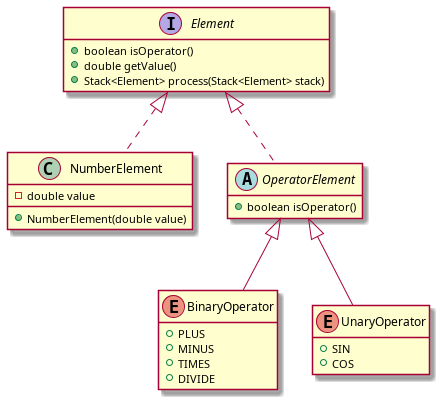
Before: element_hierarchy.png, a diagram exported from PlantUML (sacsar/csc-22100-assignment3). Source of this version:
```plantuml
@startuml

interface Element {
  + boolean isOperator()
  + double getValue()
  + Stack<Element> process(Stack<Element> stack)
}

class NumberElement implements Element {
  - double value
  + NumberElement(double value)
}

abstract class OperatorElement implements Element {
  + boolean isOperator()
}

enum BinaryOperator extends OperatorElement {
  + PLUS
  + MINUS
  + TIMES
  + DIVIDE
}
enum UnaryOperator extends OperatorElement {
  + SIN
  + COS
}

hide empty members

@enduml
```
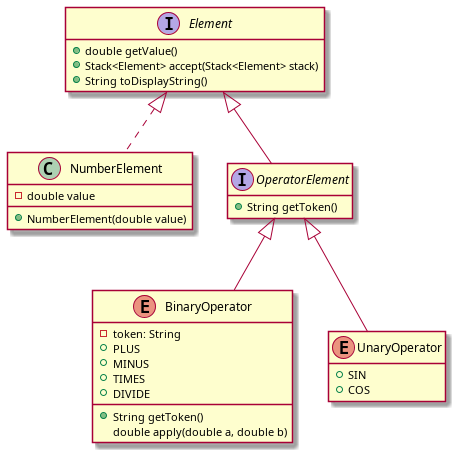
After the change.

The edit, as a diff of the source:
```diff
@@ -1,9 +1,9 @@
 @startuml
 
 interface Element {
-  + boolean isOperator()
   + double getValue()
-  + Stack<Element> process(Stack<Element> stack)
+  + Stack<Element> accept(Stack<Element> stack)
+  + String toDisplayString()
 }
 
 class NumberElement implements Element {
@@ -11,15 +11,19 @@
   + NumberElement(double value)
 }
 
-abstract class OperatorElement implements Element {
-  + boolean isOperator()
+interface OperatorElement implements Element {
+  + String getToken()
 }
 
 enum BinaryOperator extends OperatorElement {
+  - token: String
   + PLUS
   + MINUS
   + TIMES
   + DIVIDE
+  + String getToken()
+  double apply(double a, double b)
+
 }
 enum UnaryOperator extends OperatorElement {
   + SIN
```
